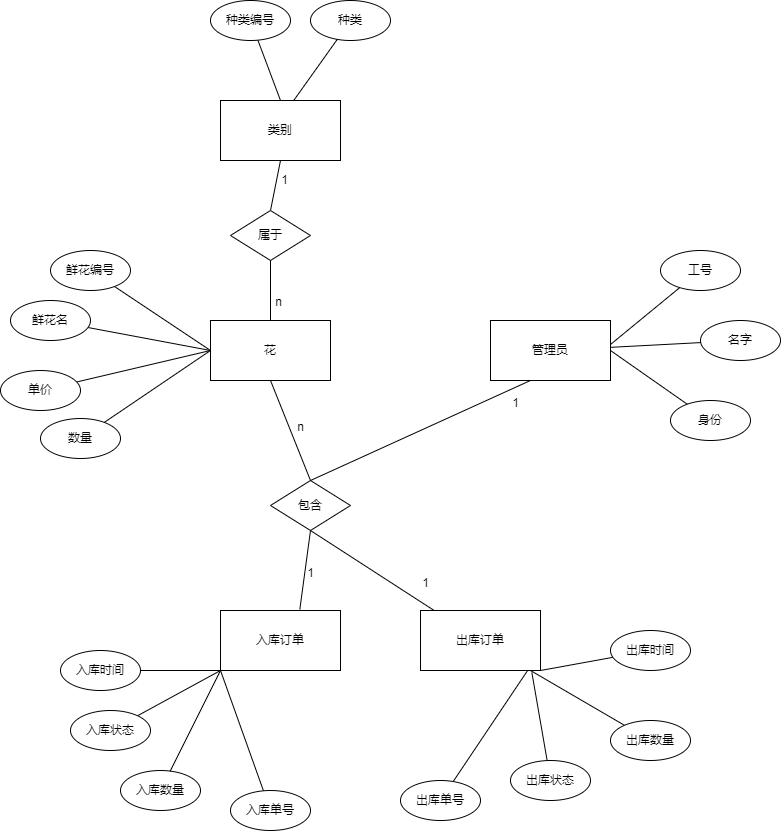
youjizi/images keeps this draw.io diagram as 1.drawio.png. Above is the earlier version. Source tidied: cells renumbered, new cells last; positions are measured from the earlier drawing's top-left corner, leaving out a move shared by most shapes.
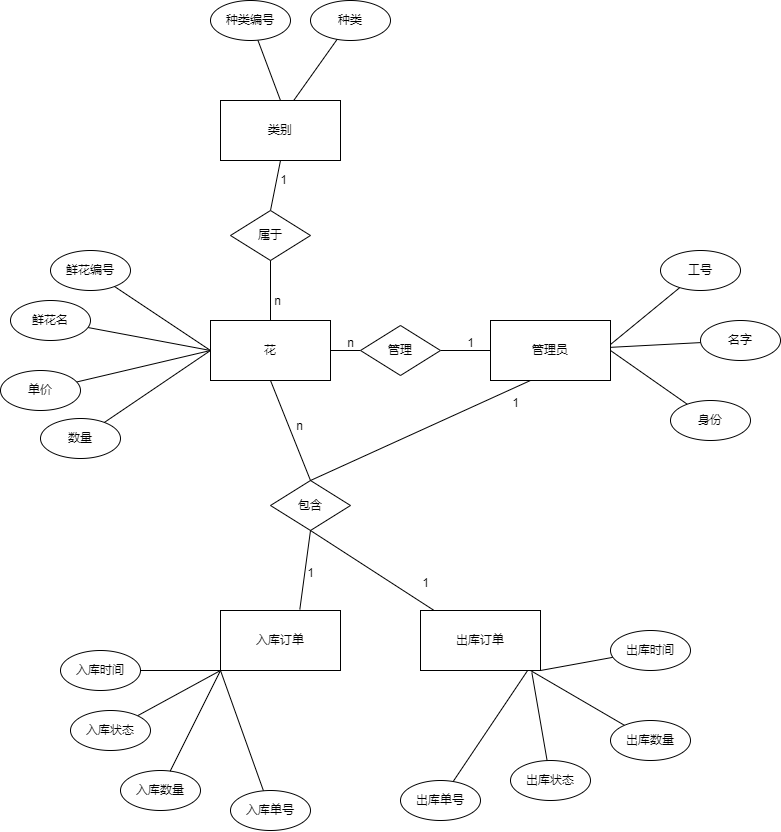
The same file after the commit.

Change to the diagram source:
```diff
@@ -23,6 +23,9 @@
     <mxCell id="8" style="edgeStyle=none;shape=connector;rounded=0;jettySize=auto;html=1;labelBackgroundColor=default;strokeColor=default;align=center;verticalAlign=middle;fontFamily=Helvetica;fontSize=11;fontColor=default;endArrow=none;endFill=0;exitX=1;exitY=0.5;exitDx=0;exitDy=0;" parent="1" edge="1" source="9" target="38">
       <mxGeometry relative="1" as="geometry" />
     </mxCell>
+    <mxCell id="55" style="edgeStyle=orthogonalEdgeStyle;rounded=0;jettySize=auto;html=1;endArrow=none;endFill=0;" parent="1" edge="1" source="59" target="2">
+      <mxGeometry relative="1" as="geometry" />
+    </mxCell>
     <mxCell id="9" value="管理员" style="rounded=0;whiteSpace=wrap;html=1;" parent="1" vertex="1">
       <mxGeometry x="490" y="320" width="120" height="60" as="geometry" />
     </mxCell>
@@ -171,5 +174,17 @@
         <mxPoint x="220" y="670" as="targetPoint" />
       </mxGeometry>
     </mxCell>
+    <mxCell id="56" value="1" style="text;html=1;align=center;verticalAlign=middle;strokeColor=none;fillColor=none;" parent="1" vertex="1">
+      <mxGeometry x="455" y="328" width="30" height="30" as="geometry" />
+    </mxCell>
+    <mxCell id="57" value="n" style="text;html=1;align=center;verticalAlign=middle;strokeColor=none;fillColor=none;" parent="1" vertex="1">
+      <mxGeometry x="335" y="328" width="30" height="30" as="geometry" />
+    </mxCell>
+    <mxCell id="58" style="edgeStyle=orthogonalEdgeStyle;rounded=0;jettySize=auto;html=1;endArrow=none;endFill=0;" parent="1" edge="1" source="9" target="59">
+      <mxGeometry relative="1" as="geometry" />
+    </mxCell>
+    <mxCell id="59" value="管理" style="rhombus;whiteSpace=wrap;html=1;" parent="1" vertex="1">
+      <mxGeometry x="360" y="325" width="80" height="50" as="geometry" />
+    </mxCell>
   </root>
 </mxGraphModel>
```
